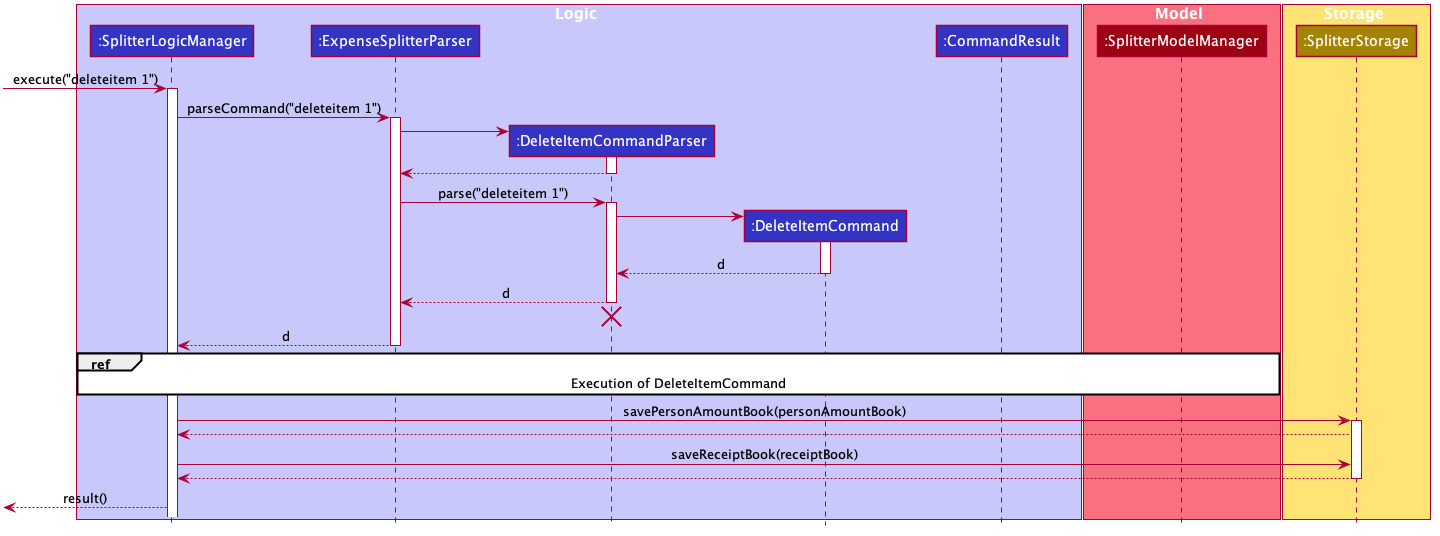
Above: images/ExpenseSplitterDeleteItemCommandSequenceDiagram.png in AY1920S2-CS2103T-W13-1/main (PlantUML), before the change.
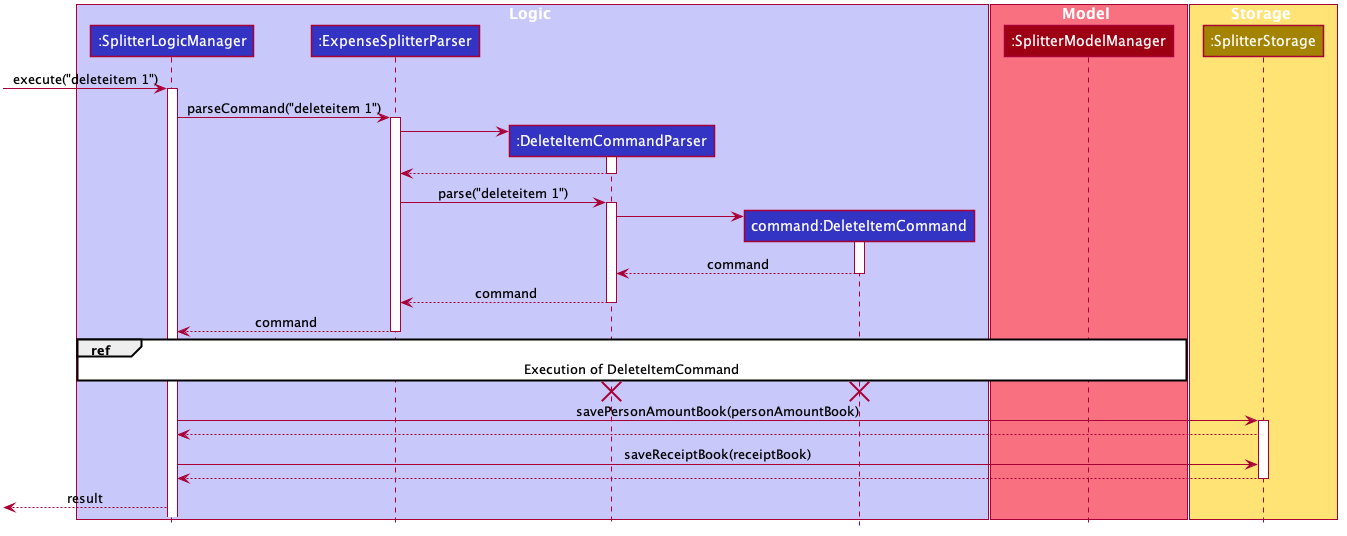
The same diagram one commit later.

What changed in the source:
```diff
@@ -52,8 +52,7 @@
 participant ":SplitterLogicManager" as SplitterLogicManager #3333C4
 participant ":ExpenseSplitterParser" as ExpenseSplitterParser #3333C4
 participant ":DeleteItemCommandParser" as DeleteItemCommandParser #3333C4
-participant ":DeleteItemCommand" as DeleteItemCommand #3333C4
-participant ":CommandResult" as CommandResult #3333C4
+participant "command:DeleteItemCommand" as DeleteItemCommand #3333C4
 end box
 
 box Model #F97181
@@ -84,18 +83,20 @@
 DeleteItemCommandParser -> DeleteItemCommand
 activate DeleteItemCommand
 
-DeleteItemCommand --> DeleteItemCommandParser : d
+DeleteItemCommand --> DeleteItemCommandParser : command
 deactivate DeleteItemCommand
 
-DeleteItemCommandParser --> ExpenseSplitterParser : d
+DeleteItemCommandParser --> ExpenseSplitterParser : command
 deactivate DeleteItemCommandParser
-DeleteItemCommandParser -[hidden]-> ExpenseSplitterParser
-destroy DeleteItemCommandParser
 
-ExpenseSplitterParser --> SplitterLogicManager : d
+ExpenseSplitterParser --> SplitterLogicManager : command
 deactivate ExpenseSplitterParser
 
 ref over SplitterLogicManager, SplitterModelManager: Execution of DeleteItemCommand
+
+DeleteItemCommandParser -[hidden]-> ExpenseSplitterParser
+destroy DeleteItemCommand
+destroy DeleteItemCommandParser
 
 SplitterLogicManager -> SplitterStorageManager : savePersonAmountBook(personAmountBook)
 activate SplitterStorageManager
@@ -106,6 +107,6 @@
 SplitterStorageManager --> SplitterLogicManager
 deactivate SplitterStorageManager
 
-[<--SplitterLogicManager : result()
+[<--SplitterLogicManager : result
 deactivate SplitterStorageManager
 @enduml
```
